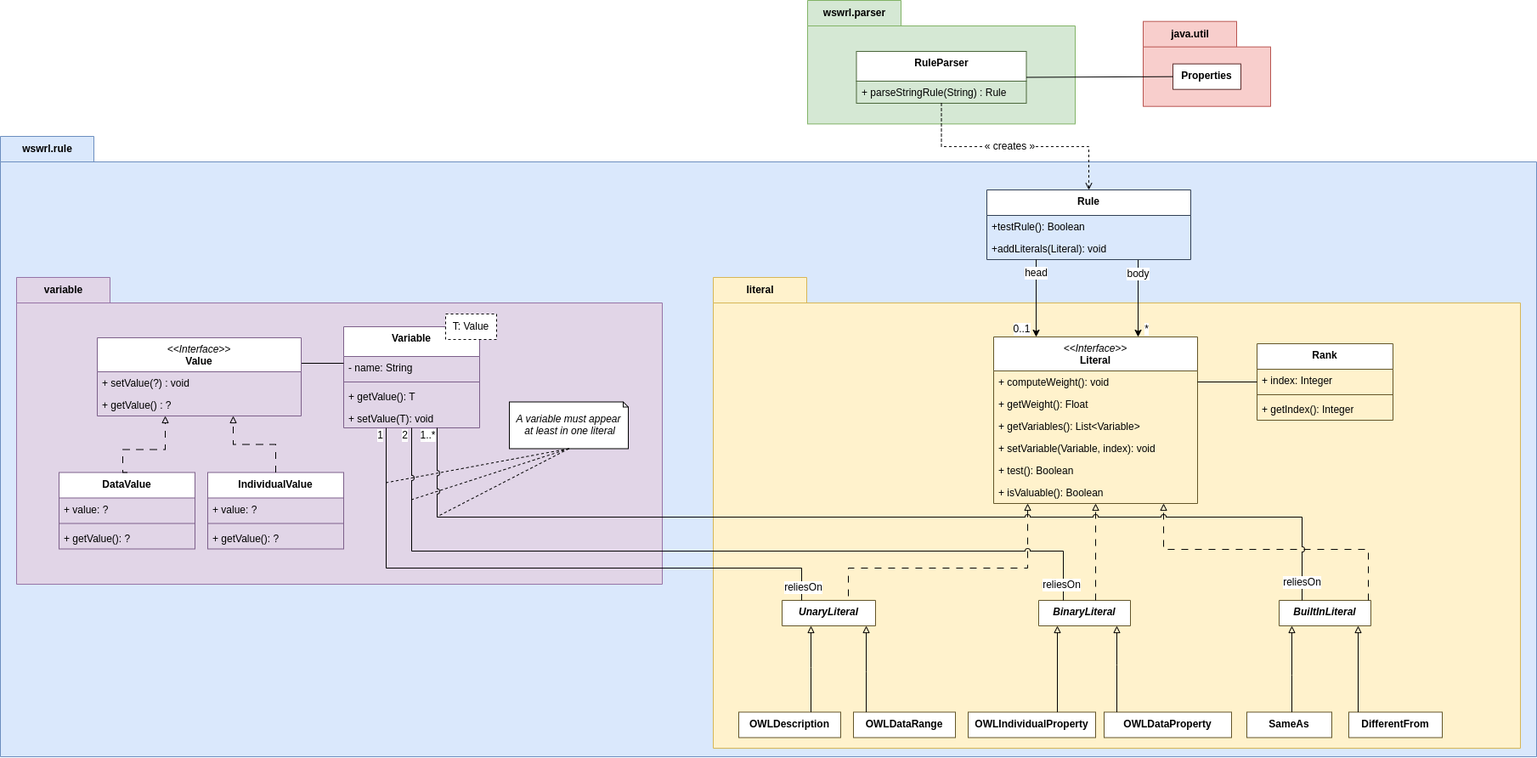
Above: doc/class_diagram.png in SebastienGuillemin/w-swrl (draw.io), before the change. Source tidied: cells renumbered, new cells last; positions are measured from the earlier drawing's top-left corner, leaving out a move shared by most shapes.
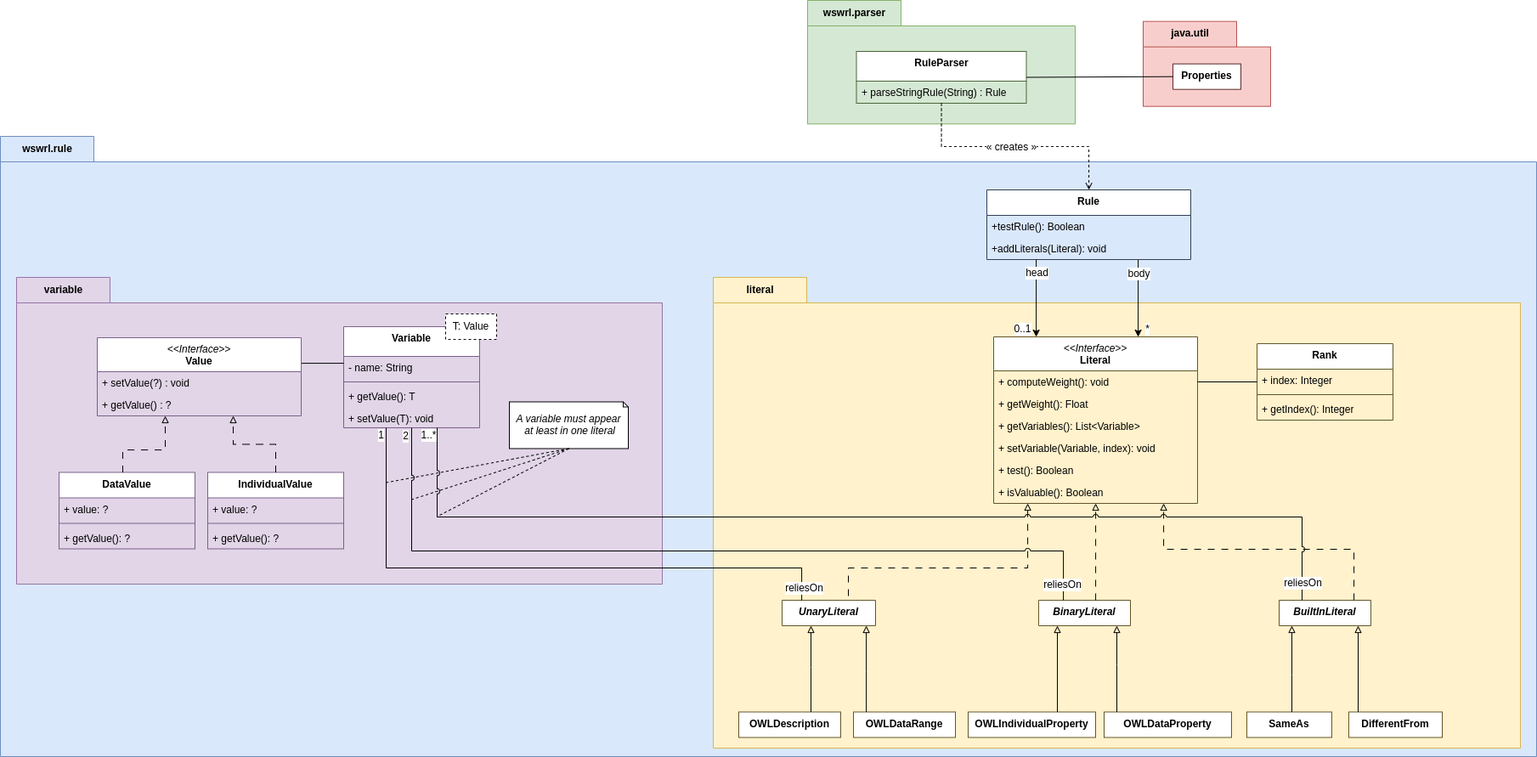
The same diagram one commit later.

Diff of the diagram source:
```diff
@@ -1,4 +1,4 @@
-<mxGraphModel>
+<mxGraphModel background="#ffffff">
   <root>
     <mxCell id="0" />
     <mxCell id="1" parent="0" />
@@ -50,7 +50,7 @@
     <mxCell id="17" style="edgeStyle=orthogonalEdgeStyle;rounded=0;html=1;startArrow=none;startFill=0;endArrow=block;endFill=0;elbow=vertical;dashed=1;dashPattern=8 8;" parent="3" edge="1" source="16" target="8">
       <mxGeometry relative="1" as="geometry">
         <Array as="points">
-          <mxPoint x="771" y="320" />
+          <mxPoint x="754" y="320" />
           <mxPoint x="530" y="320" />
         </Array>
       </mxGeometry>
@@ -223,11 +223,11 @@
     <mxCell id="52" value="+ getValue(): ?" style="text;strokeColor=none;fillColor=none;align=left;verticalAlign=top;spacingLeft=4;spacingRight=4;overflow=hidden;whiteSpace=wrap;html=1;" parent="49" vertex="1">
       <mxGeometry y="64" width="160" height="26" as="geometry" />
     </mxCell>
-    <mxCell id="53" style="edgeStyle=orthogonalEdgeStyle;rounded=0;jettySize=auto;html=1;exitX=0.5;exitY=0;exitDx=0;exitDy=0;endArrow=block;endFill=0;dashed=1;dashPattern=8 8;" parent="43" edge="1" source="49" target="63">
+    <mxCell id="53" style="edgeStyle=orthogonalEdgeStyle;rounded=0;jettySize=auto;html=1;endArrow=block;endFill=0;dashed=1;dashPattern=8 8;" parent="43" edge="1" source="49" target="63">
       <mxGeometry relative="1" as="geometry">
         <Array as="points">
-          <mxPoint x="125" y="202.5" />
-          <mxPoint x="175" y="202.5" />
+          <mxPoint x="125" y="203" />
+          <mxPoint x="175" y="203" />
         </Array>
       </mxGeometry>
     </mxCell>
```
